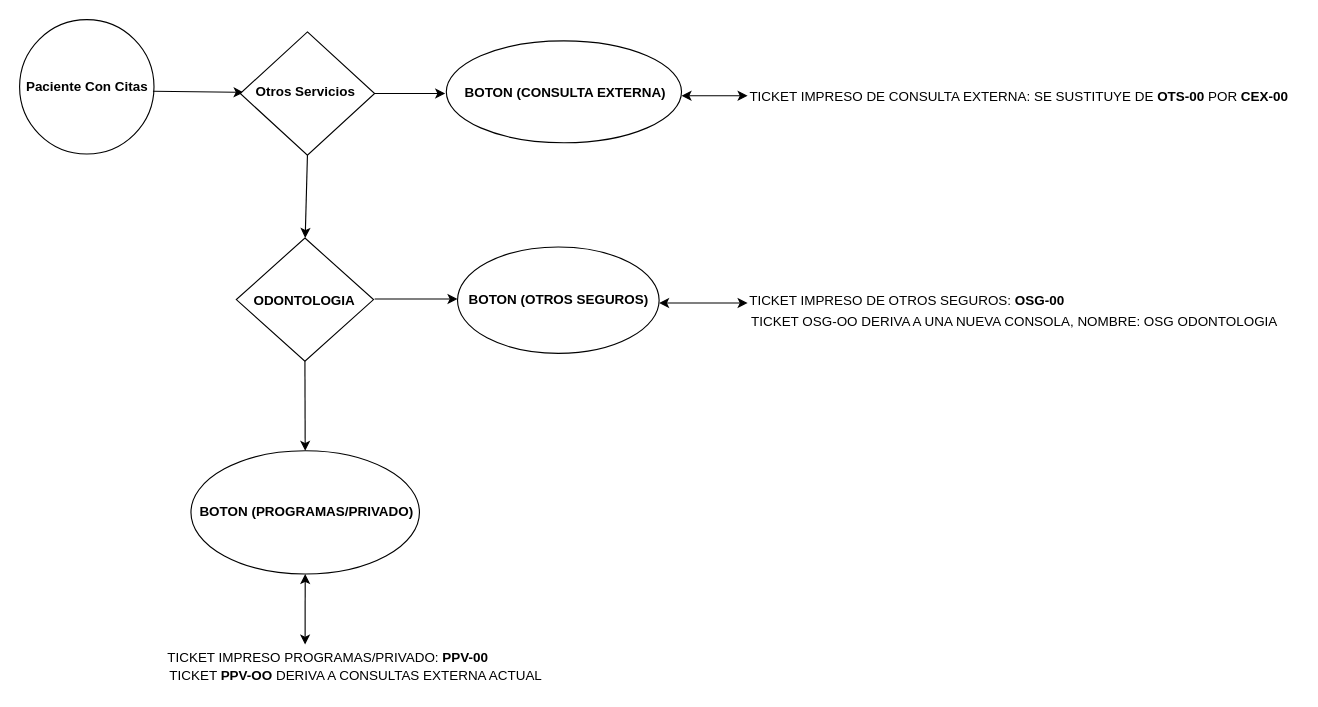
The draw.io diagram Untitled Diagram.drawio in alonzomiguel/diagramas, before the edit. Source tidied: cells renumbered, new cells numbered last; positions are measured from the earlier drawing's top-left corner, leaving out a move shared by most shapes. Both pictures are drawn from the tidied source at 112%, with x=0, y=0 at pixel (19, 19).
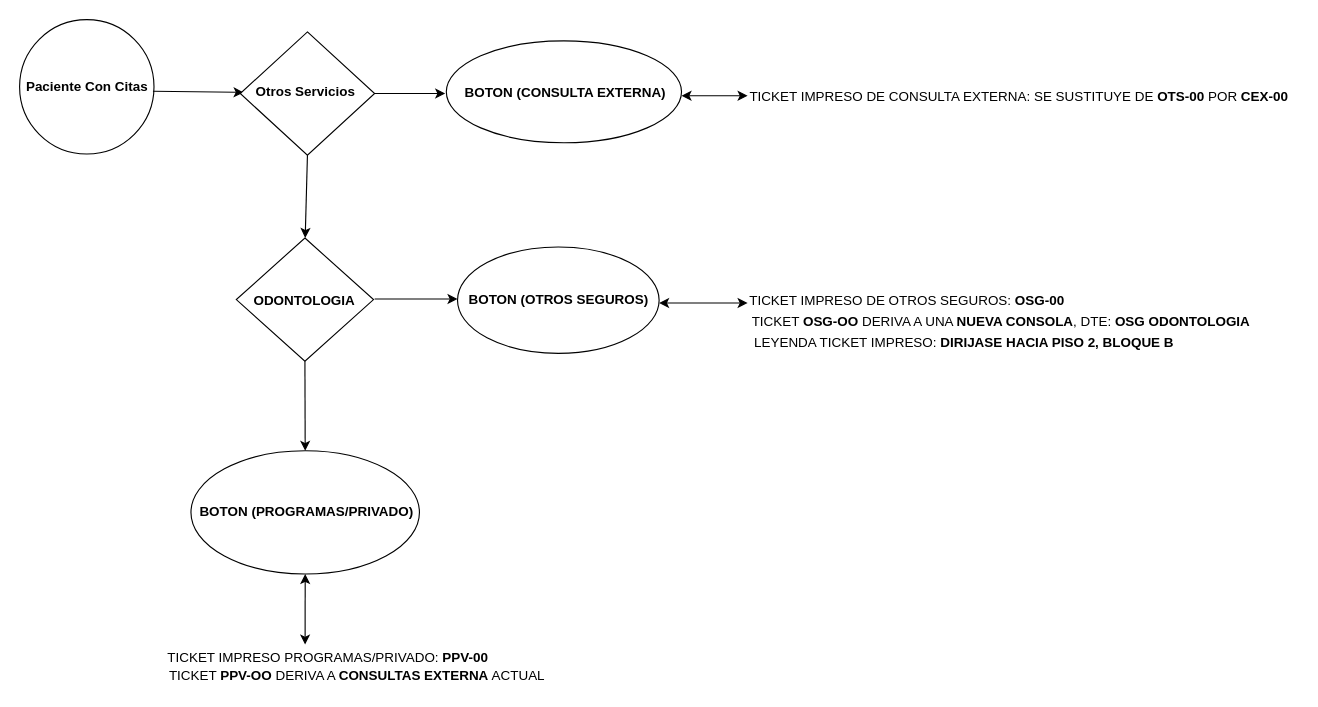
The same page after the edit.

Diff of the diagram source:
```diff
@@
-    <mxCell id="19" value="TICKET OSG-OO DERIVA A UNA NUEVA CONSOLA, NOMBRE: OSG ODONTOLOGIA" style="text;html=1;align=center;verticalAlign=middle;fillColor=none;strokeColor=none;rounded=0;" parent="1" vertex="1">
-      <mxGeometry x="643" y="260" width="490" height="20" as="geometry" />
+    <mxCell id="19" value="TICKET &lt;b&gt;OSG-OO&lt;/b&gt; DERIVA A UNA &lt;b&gt;NUEVA CONSOLA&lt;/b&gt;, DTE:&amp;nbsp;&lt;b&gt;OSG ODONTOLOGIA&lt;/b&gt;" style="text;html=1;align=center;verticalAlign=middle;fillColor=none;strokeColor=none;rounded=0;" parent="1" vertex="1">
+      <mxGeometry x="646" y="260" width="460" height="20" as="geometry" />
     </mxCell>
@@
-    <mxCell id="25" value="TICKET &lt;b&gt;PPV-OO&lt;/b&gt; DERIVA A CONSULTAS EXTERNA ACTUAL" style="text;html=1;align=center;verticalAlign=middle;fillColor=none;strokeColor=none;rounded=0;" parent="1" vertex="1">
-      <mxGeometry x="125" y="576" width="350" height="20" as="geometry" />
+    <mxCell id="25" value="TICKET &lt;b&gt;PPV-OO&lt;/b&gt; DERIVA A &lt;b&gt;CONSULTAS EXTERNA &lt;/b&gt;ACTUAL" style="text;html=1;align=center;verticalAlign=middle;fillColor=none;strokeColor=none;rounded=0;" parent="1" vertex="1">
+      <mxGeometry x="126" y="576" width="350" height="20" as="geometry" />
     </mxCell>
@@
+    <mxCell id="27" value="LEYENDA TICKET IMPRESO: &lt;b&gt;DIRIJASE HACIA PISO 2, BLOQUE B&lt;/b&gt;" style="text;html=1;align=center;verticalAlign=middle;fillColor=none;strokeColor=none;rounded=0;" parent="1" vertex="1">
+      <mxGeometry x="648" y="279" width="390" height="20" as="geometry" />
+    </mxCell>
```
